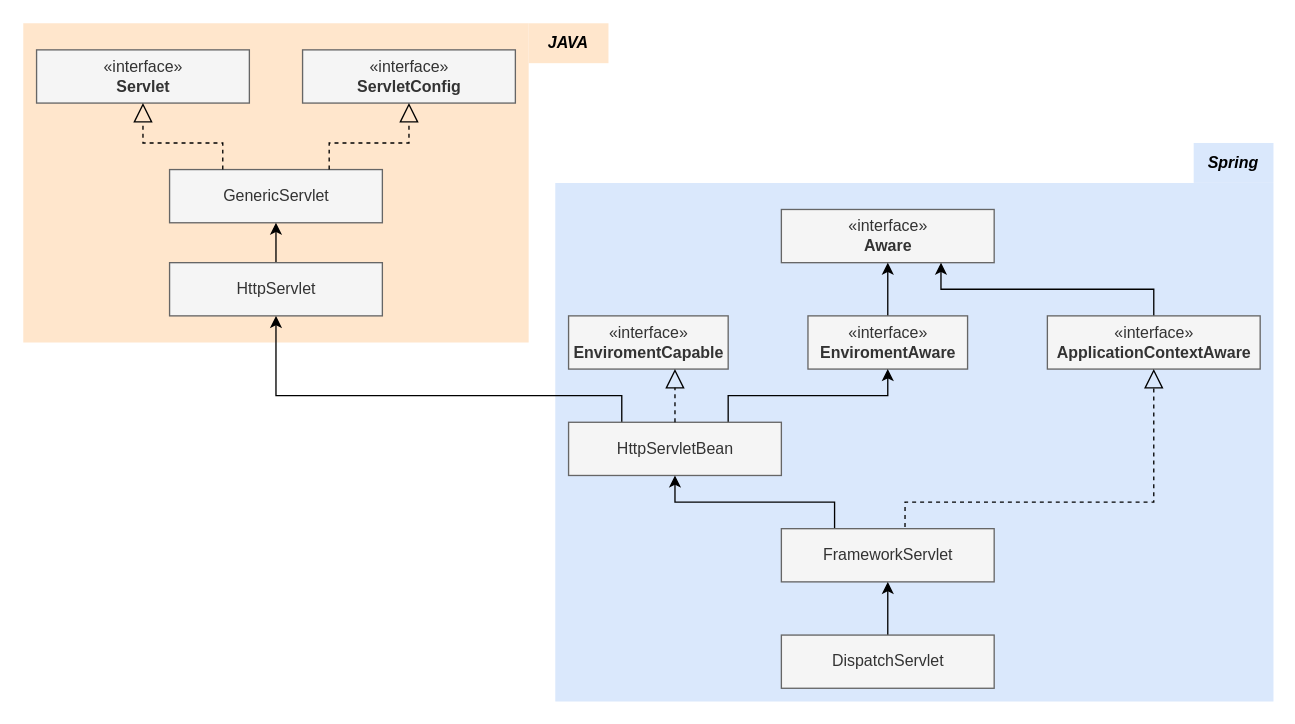
Above: SpringMVC.drawio in wenbojob/drawio (draw.io), before the change. Source tidied: cells renumbered, new cells numbered last; positions are measured from the earlier drawing's top-left corner, leaving out a move shared by most shapes. Both pictures are drawn from the tidied source at 133%, with x=0, y=0 at pixel (23, 23).
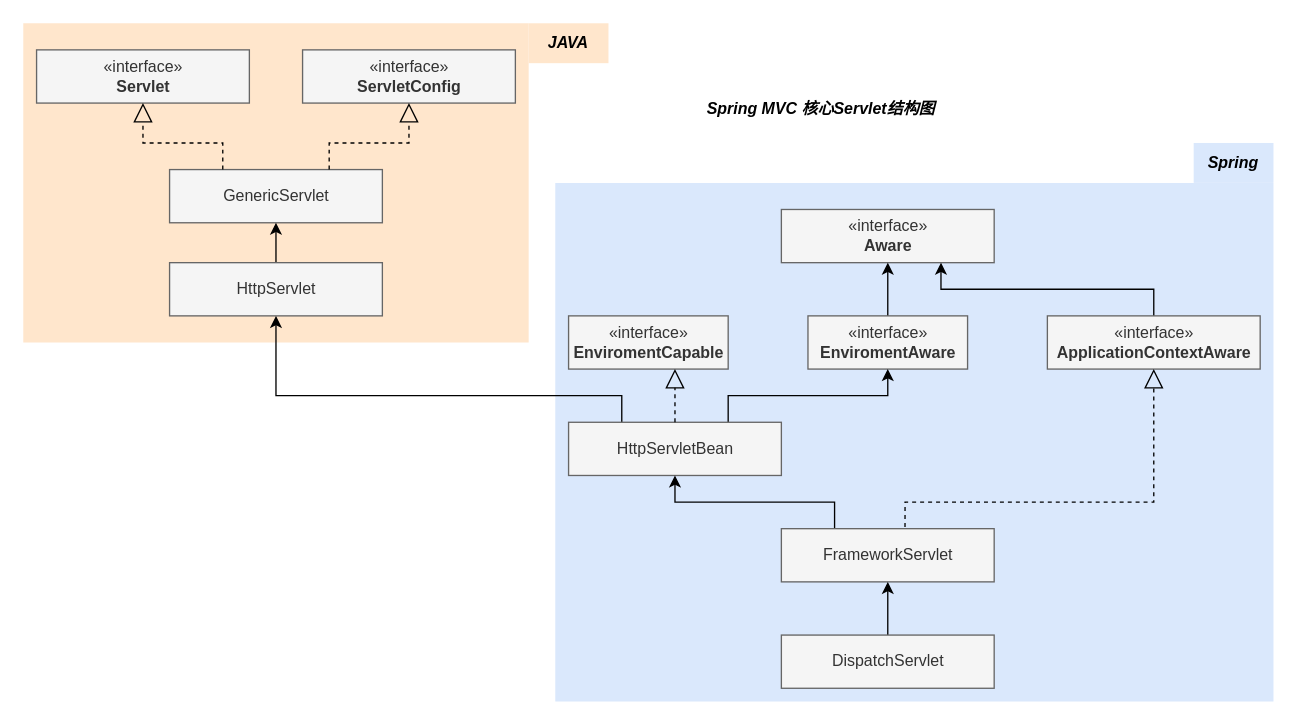
After the change.

Change to the diagram source:
```diff
@@
+    <mxCell id="28" value="&lt;b&gt;&lt;i&gt;Spring MVC 核心Servlet结构图&lt;/i&gt;&lt;/b&gt;" style="text;html=1;align=center;verticalAlign=middle;whiteSpace=wrap;rounded=0;" parent="1" vertex="1">
+      <mxGeometry x="380" y="50" width="440" height="30" as="geometry" />
+    </mxCell>
```
